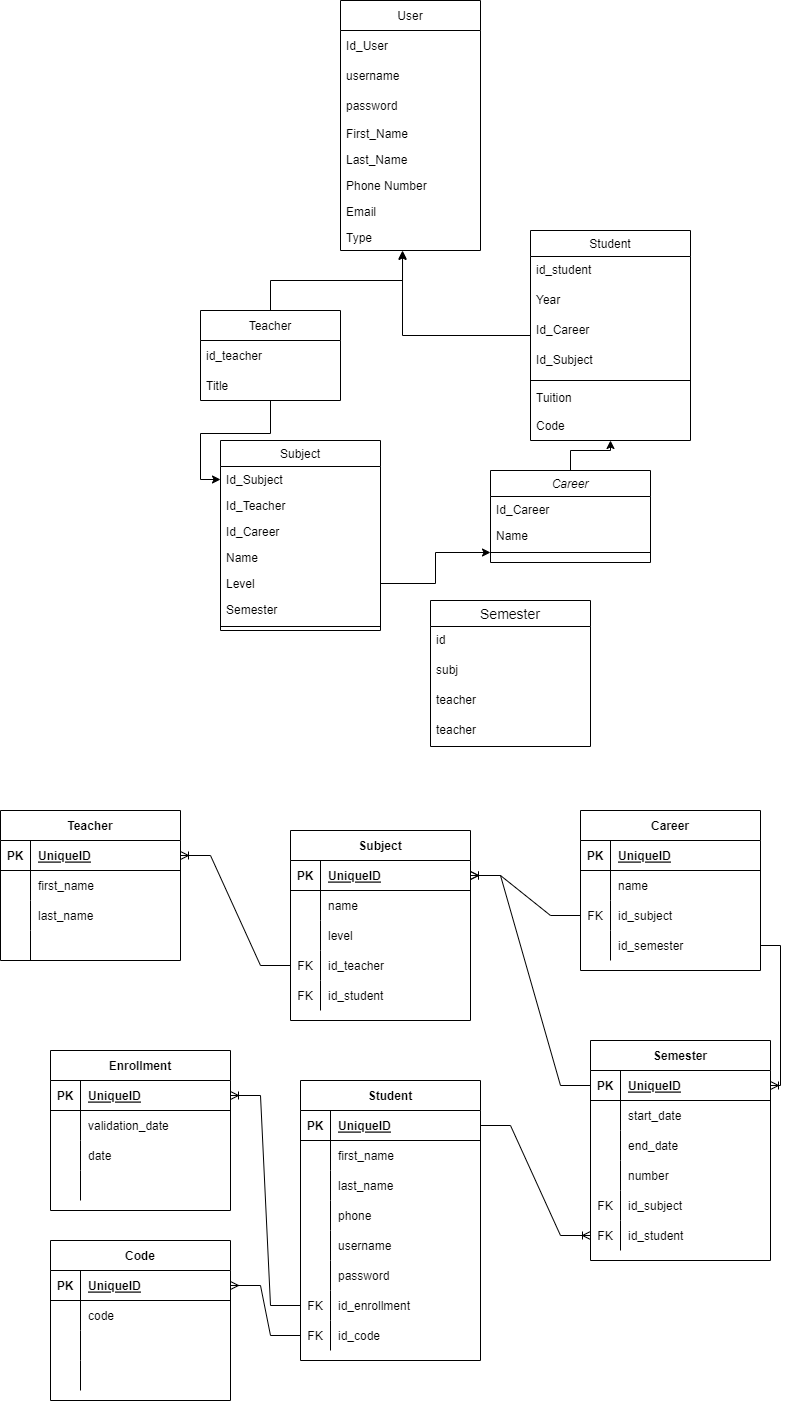
GuilleAlvarado/draw keeps this draw.io diagram as University Diagram.drawio.png. Above is the earlier version. Source tidied: cells renumbered, new cells last; positions are measured from the earlier drawing's top-left corner, leaving out a move shared by most shapes.
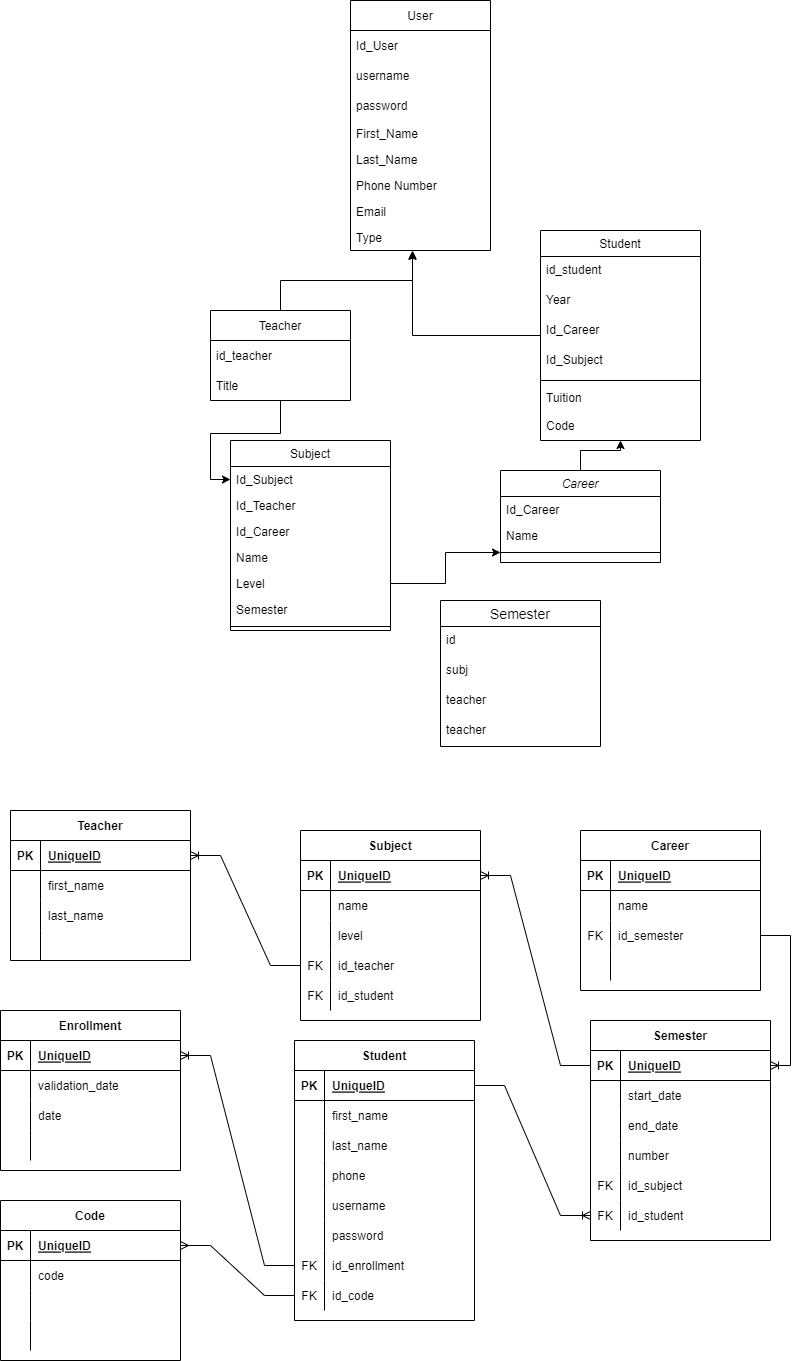
Later version of the same file.

What changed in the source:
```diff
@@ -137,9 +137,6 @@
     <mxCell id="46" style="edgeStyle=entityRelationEdgeStyle;fontSize=12;html=1;endArrow=ERoneToMany;rounded=0;entryX=1;entryY=0.5;entryDx=0;entryDy=0;exitX=0;exitY=0.5;exitDx=0;exitDy=0;" parent="1" edge="1" source="58" target="78">
       <mxGeometry relative="1" as="geometry" />
     </mxCell>
-    <mxCell id="47" style="edgeStyle=entityRelationEdgeStyle;fontSize=12;html=1;endArrow=ERoneToMany;rounded=0;exitX=0;exitY=0.5;exitDx=0;exitDy=0;entryX=1;entryY=0.5;entryDx=0;entryDy=0;" parent="1" edge="1" source="71" target="49">
-      <mxGeometry relative="1" as="geometry" />
-    </mxCell>
     <mxCell id="48" value="Subject" style="shape=table;startSize=30;rowLines=0;fontStyle=1;align=center;" parent="1" vertex="1">
       <mxGeometry x="290" y="830" width="180" height="190" as="geometry" />
     </mxCell>
@@ -189,7 +186,7 @@
       <mxGeometry x="30" width="150" height="30" as="geometry" />
     </mxCell>
     <mxCell id="64" value="Career" style="shape=table;startSize=30;rowLines=0;fontStyle=1;align=center;" parent="1" vertex="1">
-      <mxGeometry x="580" y="810" width="180" height="160" as="geometry" />
+      <mxGeometry x="570" y="830" width="180" height="160" as="geometry" />
     </mxCell>
     <mxCell id="65" style="shape=tableRow;horizontal=0;startSize=0;swimlaneHead=0;swimlaneBody=0;fillColor=none;top=0;left=0;right=0;bottom=1;" parent="64" vertex="1">
       <mxGeometry y="30" width="180" height="30" as="geometry" />
@@ -209,24 +206,24 @@
     <mxCell id="70" value="name" style="shape=partialRectangle;fillColor=none;top=0;left=0;bottom=0;right=0;align=left;spacingLeft=6;overflow=hidden;" parent="68" vertex="1">
       <mxGeometry x="30" width="150" height="30" as="geometry" />
     </mxCell>
+    <mxCell id="74" style="shape=tableRow;horizontal=0;startSize=0;swimlaneHead=0;swimlaneBody=0;fillColor=none;points=[[0,0.5],[1,0.5]];portConstraint=eastwest;top=0;left=0;right=0;bottom=0;" parent="64" vertex="1">
+      <mxGeometry y="90" width="180" height="30" as="geometry" />
+    </mxCell>
+    <mxCell id="75" value="FK" style="shape=partialRectangle;fillColor=none;top=0;left=0;bottom=0;right=0;overflow=hidden;" parent="74" vertex="1">
+      <mxGeometry width="30" height="30" as="geometry" />
+    </mxCell>
+    <mxCell id="76" value="id_semester" style="shape=partialRectangle;fillColor=none;top=0;left=0;bottom=0;right=0;align=left;spacingLeft=6;overflow=hidden;" parent="74" vertex="1">
+      <mxGeometry x="30" width="150" height="30" as="geometry" />
+    </mxCell>
     <mxCell id="71" style="shape=tableRow;horizontal=0;startSize=0;swimlaneHead=0;swimlaneBody=0;fillColor=none;points=[[0,0.5],[1,0.5]];portConstraint=eastwest;top=0;left=0;right=0;bottom=0;" parent="64" vertex="1">
-      <mxGeometry y="90" width="180" height="30" as="geometry" />
+      <mxGeometry y="120" width="180" height="30" as="geometry" />
     </mxCell>
-    <mxCell id="72" value="FK" style="shape=partialRectangle;fillColor=none;top=0;left=0;bottom=0;right=0;overflow=hidden;" parent="71" vertex="1">
+    <mxCell id="72" style="shape=partialRectangle;fillColor=none;top=0;left=0;bottom=0;right=0;overflow=hidden;" parent="71" vertex="1">
       <mxGeometry width="30" height="30" as="geometry" />
     </mxCell>
-    <mxCell id="73" value="id_subject" style="shape=partialRectangle;fillColor=none;top=0;left=0;bottom=0;right=0;align=left;spacingLeft=6;overflow=hidden;" parent="71" vertex="1">
+    <mxCell id="73" style="shape=partialRectangle;fillColor=none;top=0;left=0;bottom=0;right=0;align=left;spacingLeft=6;overflow=hidden;" parent="71" vertex="1">
       <mxGeometry x="30" width="150" height="30" as="geometry" />
     </mxCell>
-    <mxCell id="74" style="shape=tableRow;horizontal=0;startSize=0;swimlaneHead=0;swimlaneBody=0;fillColor=none;points=[[0,0.5],[1,0.5]];portConstraint=eastwest;top=0;left=0;right=0;bottom=0;" parent="64" vertex="1">
-      <mxGeometry y="120" width="180" height="30" as="geometry" />
-    </mxCell>
-    <mxCell id="75" style="shape=partialRectangle;fillColor=none;top=0;left=0;bottom=0;right=0;overflow=hidden;" parent="74" vertex="1">
-      <mxGeometry width="30" height="30" as="geometry" />
-    </mxCell>
-    <mxCell id="76" value="id_semester" style="shape=partialRectangle;fillColor=none;top=0;left=0;bottom=0;right=0;align=left;spacingLeft=6;overflow=hidden;" parent="74" vertex="1">
-      <mxGeometry x="30" width="150" height="30" as="geometry" />
-    </mxCell>
     <mxCell id="77" value="Teacher" style="shape=table;startSize=30;rowLines=0;fontStyle=1;align=center;" parent="1" vertex="1">
       <mxGeometry y="810" width="180" height="150" as="geometry" />
     </mxCell>
@@ -267,7 +264,7 @@
       <mxGeometry x="30" width="150" height="30" as="geometry" />
     </mxCell>
     <mxCell id="90" value="Student" style="shape=table;startSize=30;rowLines=0;fontStyle=1;align=center;" parent="1" vertex="1">
-      <mxGeometry x="300" y="1080" width="180" height="280" as="geometry" />
+      <mxGeometry x="284" y="1040" width="180" height="280" as="geometry" />
     </mxCell>
     <mxCell id="91" style="shape=tableRow;horizontal=0;startSize=0;swimlaneHead=0;swimlaneBody=0;fillColor=none;points=[[0,0.5],[1,0.5]];portConstraint=eastwest;top=0;left=0;right=0;bottom=1;" parent="90" vertex="1">
       <mxGeometry y="30" width="180" height="30" as="geometry" />
@@ -342,7 +339,7 @@
       <mxGeometry x="30" width="150" height="30" as="geometry" />
     </mxCell>
     <mxCell id="115" value="Code" style="shape=table;startSize=30;rowLines=0;fontStyle=1;align=center;" parent="1" vertex="1">
-      <mxGeometry x="50" y="1240" width="180" height="160" as="geometry" />
+      <mxGeometry x="-10" y="1200" width="180" height="160" as="geometry" />
     </mxCell>
     <mxCell id="116" style="shape=tableRow;horizontal=0;startSize=0;swimlaneHead=0;swimlaneBody=0;fillColor=none;points=[[0,0.5],[1,0.5]];portConstraint=eastwest;top=0;left=0;right=0;bottom=1;" parent="115" vertex="1">
       <mxGeometry y="30" width="180" height="30" as="geometry" />
@@ -381,7 +378,7 @@
       <mxGeometry x="30" width="150" height="30" as="geometry" />
     </mxCell>
     <mxCell id="128" value="Enrollment" style="shape=table;startSize=30;rowLines=0;fontStyle=1;align=center;" parent="1" vertex="1">
-      <mxGeometry x="50" y="1050" width="180" height="160" as="geometry" />
+      <mxGeometry x="-10" y="1010" width="180" height="160" as="geometry" />
     </mxCell>
     <mxCell id="129" style="shape=tableRow;horizontal=0;startSize=0;swimlaneHead=0;swimlaneBody=0;fillColor=none;points=[[0,0.5],[1,0.5]];portConstraint=eastwest;top=0;left=0;right=0;bottom=1;" parent="128" vertex="1">
       <mxGeometry y="30" width="180" height="30" as="geometry" />
@@ -420,7 +417,7 @@
       <mxGeometry x="30" width="150" height="30" as="geometry" />
     </mxCell>
     <mxCell id="141" value="Semester" style="shape=table;startSize=30;rowLines=0;fontStyle=1;align=center;" parent="1" vertex="1">
-      <mxGeometry x="590" y="1040" width="180" height="220" as="geometry" />
+      <mxGeometry x="580" y="1020" width="180" height="220" as="geometry" />
     </mxCell>
     <mxCell id="142" style="shape=tableRow;horizontal=0;startSize=0;swimlaneHead=0;swimlaneBody=0;fillColor=none;points=[[0,0.5],[1,0.5]];portConstraint=eastwest;top=0;left=0;right=0;bottom=1;" parent="141" vertex="1">
       <mxGeometry y="30" width="180" height="30" as="geometry" />
```
